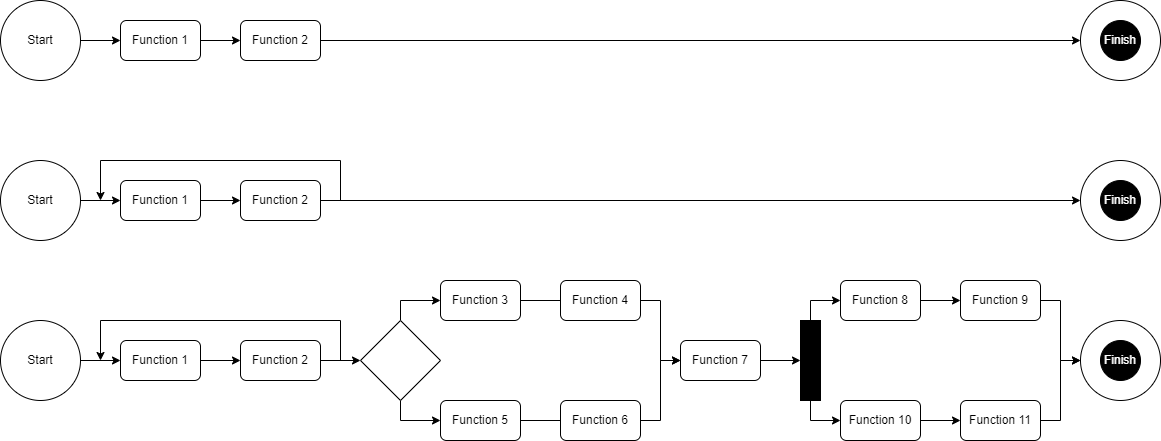
lightzephyr/se-toolkit-examples keeps this draw.io diagram as activity-diagram.png. Above is the earlier version. Source tidied: cells renumbered, new cells last; positions are measured from the earlier drawing's top-left corner, leaving out a move shared by most shapes.
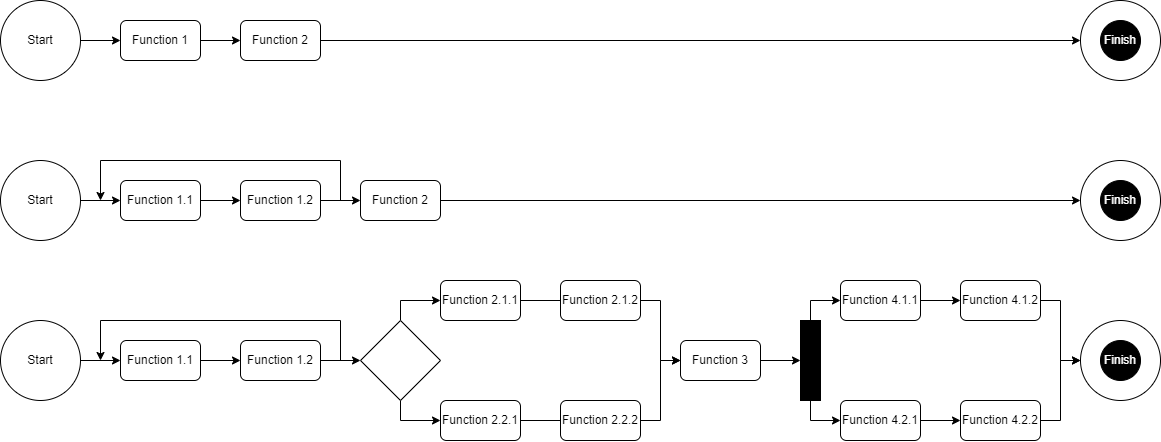
The same diagram one commit later.

Change to the diagram source:
```diff
@@ -12,16 +12,16 @@
         </Array>
       </mxGeometry>
     </mxCell>
-    <mxCell id="3" style="edgeStyle=orthogonalEdgeStyle;rounded=0;jettySize=auto;html=1;fontColor=#FFFFFF;entryX=0;entryY=0.5;entryDx=0;entryDy=0;" parent="1" edge="1" source="4" target="10">
+    <mxCell id="3" style="edgeStyle=orthogonalEdgeStyle;rounded=0;jettySize=auto;html=1;fontColor=#FFFFFF;entryX=0;entryY=0.5;entryDx=0;entryDy=0;startArrow=none;" parent="1" edge="1" source="57" target="10">
       <mxGeometry relative="1" as="geometry" />
     </mxCell>
-    <mxCell id="4" value="Function 2" style="rounded=1;whiteSpace=wrap;html=1;" parent="1" vertex="1">
+    <mxCell id="4" value="Function 1.2" style="rounded=1;whiteSpace=wrap;html=1;" parent="1" vertex="1">
       <mxGeometry x="240" y="180" width="80" height="40" as="geometry" />
     </mxCell>
     <mxCell id="5" style="edgeStyle=orthogonalEdgeStyle;rounded=0;jettySize=auto;html=1;fontColor=#FFFFFF;" parent="1" edge="1" source="6" target="4">
       <mxGeometry relative="1" as="geometry" />
     </mxCell>
-    <mxCell id="6" value="Function 1" style="rounded=1;whiteSpace=wrap;html=1;" parent="1" vertex="1">
+    <mxCell id="6" value="Function 1.1" style="rounded=1;whiteSpace=wrap;html=1;" parent="1" vertex="1">
       <mxGeometry x="120" y="180" width="80" height="40" as="geometry" />
     </mxCell>
     <mxCell id="7" style="edgeStyle=orthogonalEdgeStyle;rounded=0;jettySize=auto;html=1;fontColor=#FFFFFF;" parent="1" edge="1" source="8" target="6">
@@ -55,7 +55,7 @@
     <mxCell id="14" style="edgeStyle=orthogonalEdgeStyle;rounded=0;jettySize=auto;html=1;fontColor=#FFFFFF;" parent="1" edge="1" source="15" target="25">
       <mxGeometry relative="1" as="geometry" />
     </mxCell>
-    <mxCell id="15" value="Function 2" style="rounded=1;whiteSpace=wrap;html=1;" parent="1" vertex="1">
+    <mxCell id="15" value="Function 1.2" style="rounded=1;whiteSpace=wrap;html=1;" parent="1" vertex="1">
       <mxGeometry x="240" y="340" width="80" height="40" as="geometry" />
     </mxCell>
     <mxCell id="16" style="edgeStyle=orthogonalEdgeStyle;rounded=0;jettySize=auto;html=1;entryX=0;entryY=0.5;entryDx=0;entryDy=0;fontColor=#FFFFFF;" parent="1" edge="1" source="17" target="22">
@@ -66,22 +66,22 @@
         </Array>
       </mxGeometry>
     </mxCell>
-    <mxCell id="17" value="Function&amp;nbsp;3" style="rounded=1;whiteSpace=wrap;html=1;" parent="1" vertex="1">
+    <mxCell id="17" value="Function 2.1.1" style="rounded=1;whiteSpace=wrap;html=1;" parent="1" vertex="1">
       <mxGeometry x="440" y="280" width="80" height="40" as="geometry" />
     </mxCell>
     <mxCell id="18" style="edgeStyle=orthogonalEdgeStyle;rounded=0;jettySize=auto;html=1;fontColor=#FFFFFF;" parent="1" edge="1" source="19" target="15">
       <mxGeometry relative="1" as="geometry" />
     </mxCell>
-    <mxCell id="19" value="Function 1" style="rounded=1;whiteSpace=wrap;html=1;" parent="1" vertex="1">
+    <mxCell id="19" value="Function 1.1" style="rounded=1;whiteSpace=wrap;html=1;" parent="1" vertex="1">
       <mxGeometry x="120" y="340" width="80" height="40" as="geometry" />
     </mxCell>
-    <mxCell id="20" value="Function&amp;nbsp;4" style="rounded=1;whiteSpace=wrap;html=1;" parent="1" vertex="1">
+    <mxCell id="20" value="Function 2.1.2" style="rounded=1;whiteSpace=wrap;html=1;" parent="1" vertex="1">
       <mxGeometry x="560" y="280" width="80" height="40" as="geometry" />
     </mxCell>
     <mxCell id="21" style="edgeStyle=orthogonalEdgeStyle;rounded=0;jettySize=auto;html=1;fontColor=#FFFFFF;" parent="1" edge="1" source="22" target="38">
       <mxGeometry relative="1" as="geometry" />
     </mxCell>
-    <mxCell id="22" value="Function&amp;nbsp;7" style="rounded=1;whiteSpace=wrap;html=1;" parent="1" vertex="1">
+    <mxCell id="22" value="Function 3" style="rounded=1;whiteSpace=wrap;html=1;" parent="1" vertex="1">
       <mxGeometry x="680" y="340" width="80" height="40" as="geometry" />
     </mxCell>
     <mxCell id="23" style="edgeStyle=orthogonalEdgeStyle;rounded=0;jettySize=auto;html=1;fontColor=#FFFFFF;entryX=0;entryY=0.5;entryDx=0;entryDy=0;" parent="1" edge="1" source="25" target="17">
@@ -96,7 +96,7 @@
     <mxCell id="26" style="edgeStyle=orthogonalEdgeStyle;rounded=0;jettySize=auto;html=1;fontColor=#FFFFFF;" parent="1" edge="1" source="27" target="42">
       <mxGeometry relative="1" as="geometry" />
     </mxCell>
-    <mxCell id="27" value="Function&amp;nbsp;8" style="rounded=1;whiteSpace=wrap;html=1;" parent="1" vertex="1">
+    <mxCell id="27" value="Function 4.1.1" style="rounded=1;whiteSpace=wrap;html=1;" parent="1" vertex="1">
       <mxGeometry x="840" y="280" width="80" height="40" as="geometry" />
     </mxCell>
     <mxCell id="28" style="edgeStyle=orthogonalEdgeStyle;rounded=0;jettySize=auto;html=1;fontColor=#FFFFFF;" parent="1" edge="1" source="29" target="19">
@@ -125,7 +125,7 @@
         </Array>
       </mxGeometry>
     </mxCell>
-    <mxCell id="35" value="Function&amp;nbsp;5" style="rounded=1;whiteSpace=wrap;html=1;" parent="1" vertex="1">
+    <mxCell id="35" value="Function 2.2.1" style="rounded=1;whiteSpace=wrap;html=1;" parent="1" vertex="1">
       <mxGeometry x="440" y="400" width="80" height="40" as="geometry" />
     </mxCell>
     <mxCell id="36" style="edgeStyle=orthogonalEdgeStyle;rounded=0;jettySize=auto;html=1;fontColor=#FFFFFF;" parent="1" edge="1" source="38" target="27">
@@ -148,16 +148,16 @@
     <mxCell id="39" style="edgeStyle=orthogonalEdgeStyle;rounded=0;jettySize=auto;html=1;fontColor=#FFFFFF;" parent="1" edge="1" source="40" target="46">
       <mxGeometry relative="1" as="geometry" />
     </mxCell>
-    <mxCell id="40" value="Function&amp;nbsp;10" style="rounded=1;whiteSpace=wrap;html=1;" parent="1" vertex="1">
+    <mxCell id="40" value="Function 4.2.1" style="rounded=1;whiteSpace=wrap;html=1;" parent="1" vertex="1">
       <mxGeometry x="840" y="400" width="80" height="40" as="geometry" />
     </mxCell>
     <mxCell id="41" style="edgeStyle=orthogonalEdgeStyle;rounded=0;jettySize=auto;html=1;entryX=0;entryY=0.5;entryDx=0;entryDy=0;fontColor=#FFFFFF;" parent="1" edge="1" source="42" target="31">
       <mxGeometry relative="1" as="geometry" />
     </mxCell>
-    <mxCell id="42" value="Function&amp;nbsp;9" style="rounded=1;whiteSpace=wrap;html=1;" parent="1" vertex="1">
+    <mxCell id="42" value="Function 4.1.2" style="rounded=1;whiteSpace=wrap;html=1;" parent="1" vertex="1">
       <mxGeometry x="960" y="280" width="80" height="40" as="geometry" />
     </mxCell>
-    <mxCell id="43" value="Function&amp;nbsp;6" style="rounded=1;whiteSpace=wrap;html=1;" parent="1" vertex="1">
+    <mxCell id="43" value="Function 2.2.2" style="rounded=1;whiteSpace=wrap;html=1;" parent="1" vertex="1">
       <mxGeometry x="560" y="400" width="80" height="40" as="geometry" />
     </mxCell>
     <mxCell id="44" style="edgeStyle=orthogonalEdgeStyle;rounded=0;jettySize=auto;html=1;entryX=0;entryY=0.5;entryDx=0;entryDy=0;fontColor=#FFFFFF;endArrow=none;" parent="1" edge="1" source="35" target="43">
@@ -166,7 +166,7 @@
     <mxCell id="45" style="edgeStyle=orthogonalEdgeStyle;rounded=0;jettySize=auto;html=1;entryX=0;entryY=0.5;entryDx=0;entryDy=0;fontColor=#FFFFFF;" parent="1" edge="1" source="46" target="31">
       <mxGeometry relative="1" as="geometry" />
     </mxCell>
-    <mxCell id="46" value="Function&amp;nbsp;11" style="rounded=1;whiteSpace=wrap;html=1;" parent="1" vertex="1">
+    <mxCell id="46" value="Function 4.2.2" style="rounded=1;whiteSpace=wrap;html=1;" parent="1" vertex="1">
       <mxGeometry x="960" y="400" width="80" height="40" as="geometry" />
     </mxCell>
     <mxCell id="47" style="edgeStyle=orthogonalEdgeStyle;rounded=0;jettySize=auto;html=1;fontColor=#FFFFFF;entryX=0;entryY=0.5;entryDx=0;entryDy=0;" parent="1" edge="1" source="48" target="54">
@@ -199,5 +199,11 @@
     <mxCell id="56" style="edgeStyle=orthogonalEdgeStyle;rounded=0;orthogonalLoop=1;jettySize=auto;html=1;exitX=0.5;exitY=1;exitDx=0;exitDy=0;entryX=0.508;entryY=0.75;entryDx=0;entryDy=0;entryPerimeter=0;fontColor=#FFFFFF;" parent="53" edge="1" source="55" target="55">
       <mxGeometry relative="1" as="geometry" />
     </mxCell>
+    <mxCell id="57" value="Function 2" style="rounded=1;whiteSpace=wrap;html=1;" parent="1" vertex="1">
+      <mxGeometry x="360" y="180" width="80" height="40" as="geometry" />
+    </mxCell>
+    <mxCell id="58" style="edgeStyle=orthogonalEdgeStyle;rounded=0;jettySize=auto;html=1;fontColor=#FFFFFF;entryX=0;entryY=0.5;entryDx=0;entryDy=0;endArrow=classic;endFill=1;" parent="1" edge="1" source="4" target="57">
+      <mxGeometry relative="1" as="geometry" />
+    </mxCell>
   </root>
 </mxGraphModel>
```
